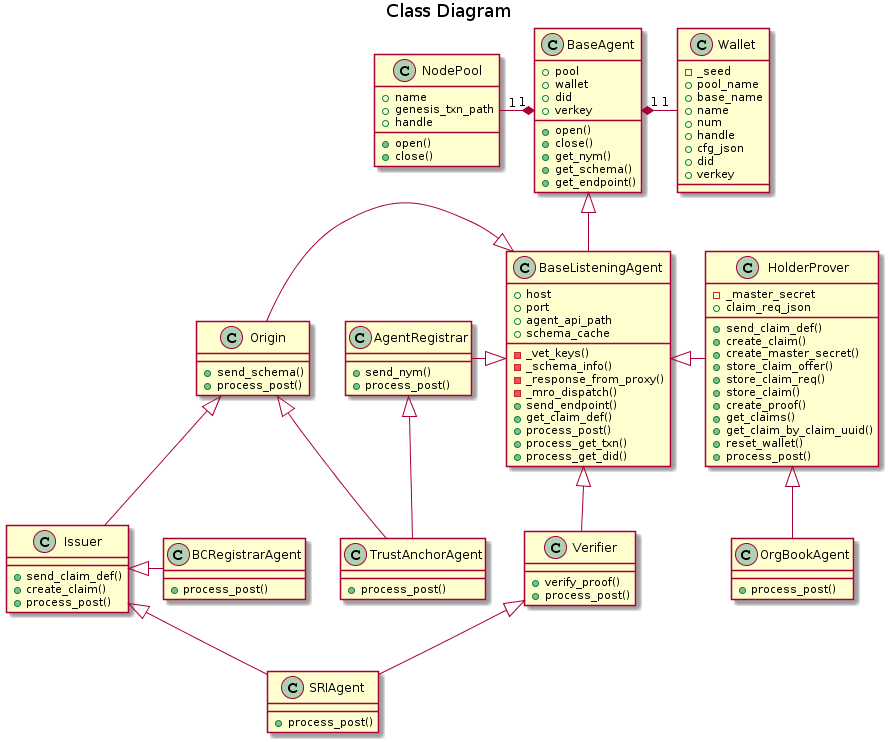
This is doc/pic/class.png from PSPC-SPAC-buyandsell/von_base, a PlantUML export, as it was before one commit.
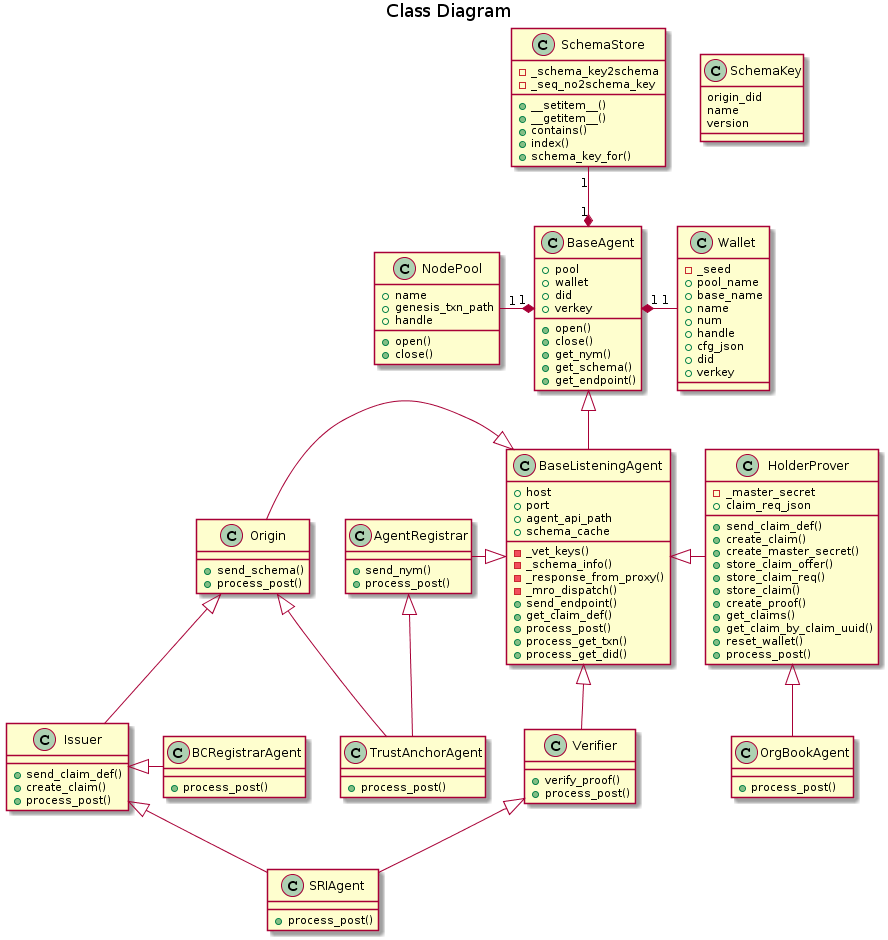
After the commit.

Change to the diagram source:
```diff
@@ -1,6 +1,22 @@
 @startuml
 
 title Class Diagram
+
+class SchemaKey {
+    origin_did
+    name
+    version
+}
+
+class SchemaStore {
+    -_schema_key2schema
+    -_seq_no2schema_key
+    +__setitem__()
+    +__getitem__()
+    +contains()
+    +index()
+    +schema_key_for()
+}
 
 class Wallet {
     -_seed
@@ -103,6 +119,7 @@
     +process_post()
 }
 
+BaseAgent "1" *-up- "1" SchemaStore
 BaseAgent "1" *-left- "1" NodePool
 BaseAgent "1" *-right- "1" Wallet
 
```
